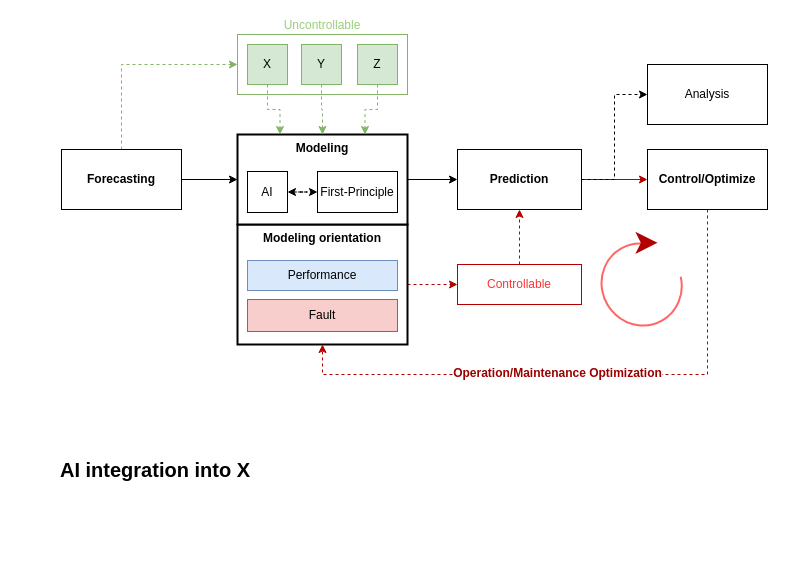
The draw.io diagram page "AIX" (1 of 9) of digitaltwin.drawio in zhangjinyiyi/SmallTest, before the edit. Source tidied: cells renumbered, new cells numbered last; positions are measured from the earlier drawing's top-left corner, leaving out a move shared by most shapes. Both pictures are drawn from the tidied source at 100%, with x=0, y=0 at pixel (17, 34).
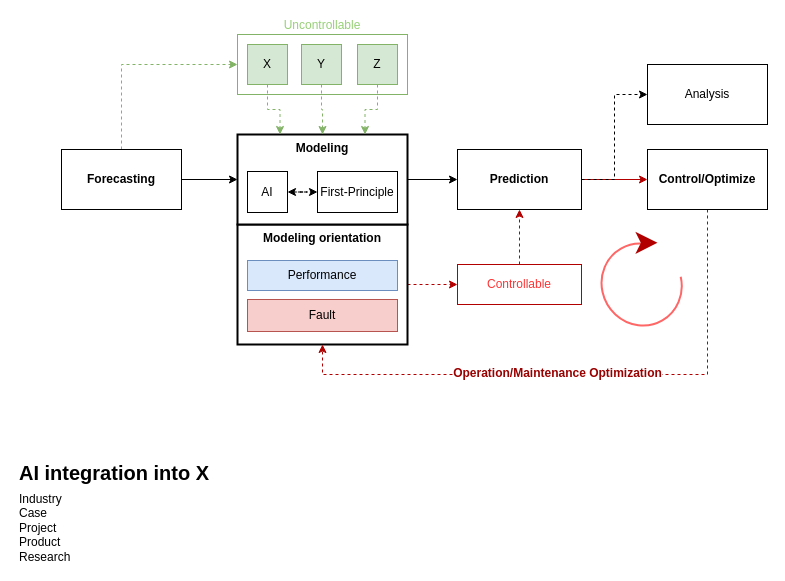
Above is the later version.

The edit, as a diff of the source:
```diff
@@
-    <mxCell id="33" value="AI integration into X" style="text;html=1;strokeColor=none;fillColor=none;align=center;verticalAlign=middle;whiteSpace=wrap;rounded=0;fontStyle=1;fontSize=20;" parent="1" vertex="1">
+    <mxCell id="33" value="AI integration into X&lt;br&gt;" style="text;html=1;strokeColor=none;fillColor=none;align=left;verticalAlign=top;whiteSpace=wrap;rounded=0;fontStyle=1;fontSize=20;" parent="1" vertex="1">
       <mxGeometry y="420" width="276" height="30" as="geometry" />
     </mxCell>
+    <mxCell id="34" value="Industry&lt;br&gt;Case&lt;br&gt;Project&lt;br&gt;Product&lt;br&gt;Research" style="text;html=1;strokeColor=none;fillColor=none;align=left;verticalAlign=top;whiteSpace=wrap;rounded=0;fontSize=12;" parent="1" vertex="1">
+      <mxGeometry y="451" width="120" height="30" as="geometry" />
+    </mxCell>
```
